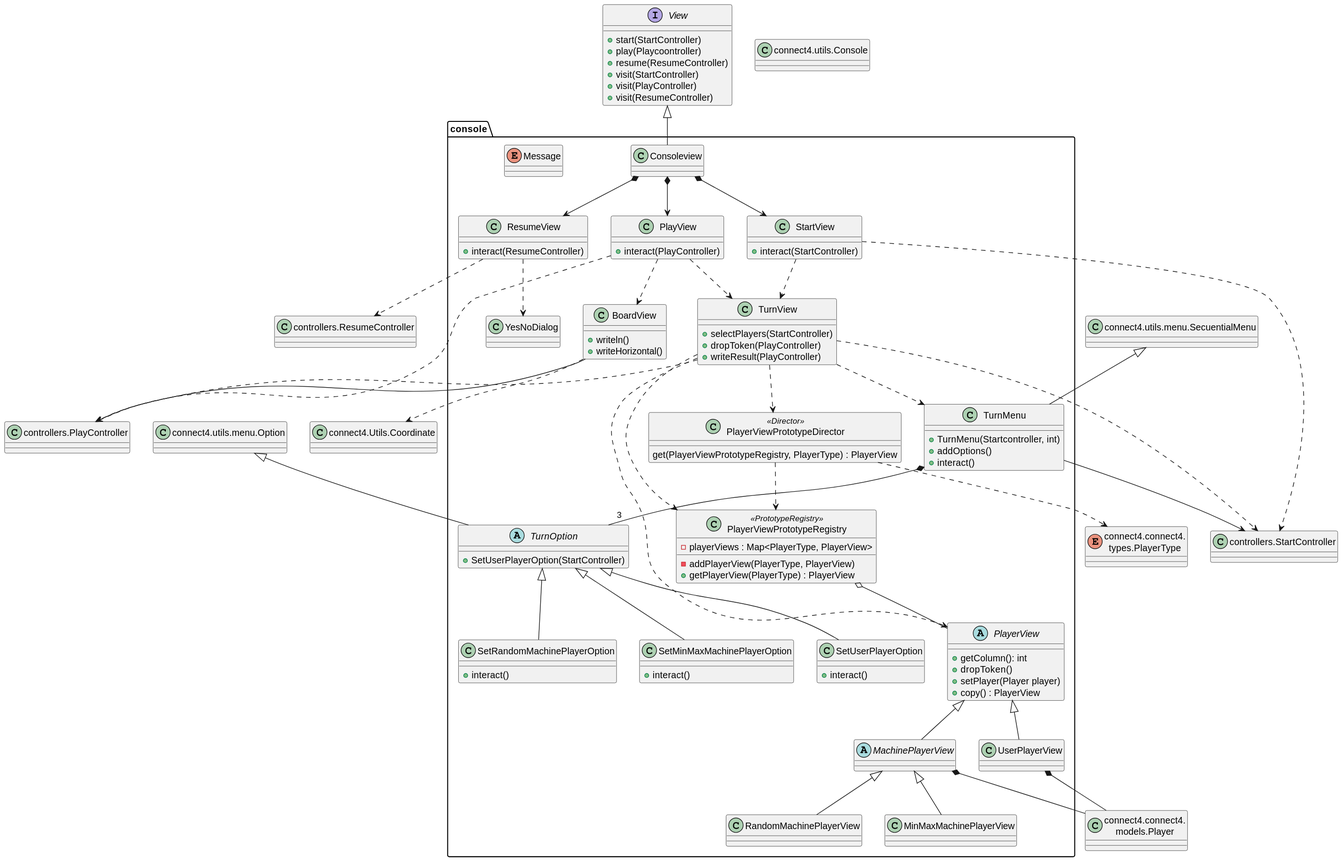
This is out/connect4/Docs/diagrams/src/packages/connect4.connect4.views.console/connect4.connect4.console.console.svg from js-rom/connect4, a PlantUML export, as it was before one commit.
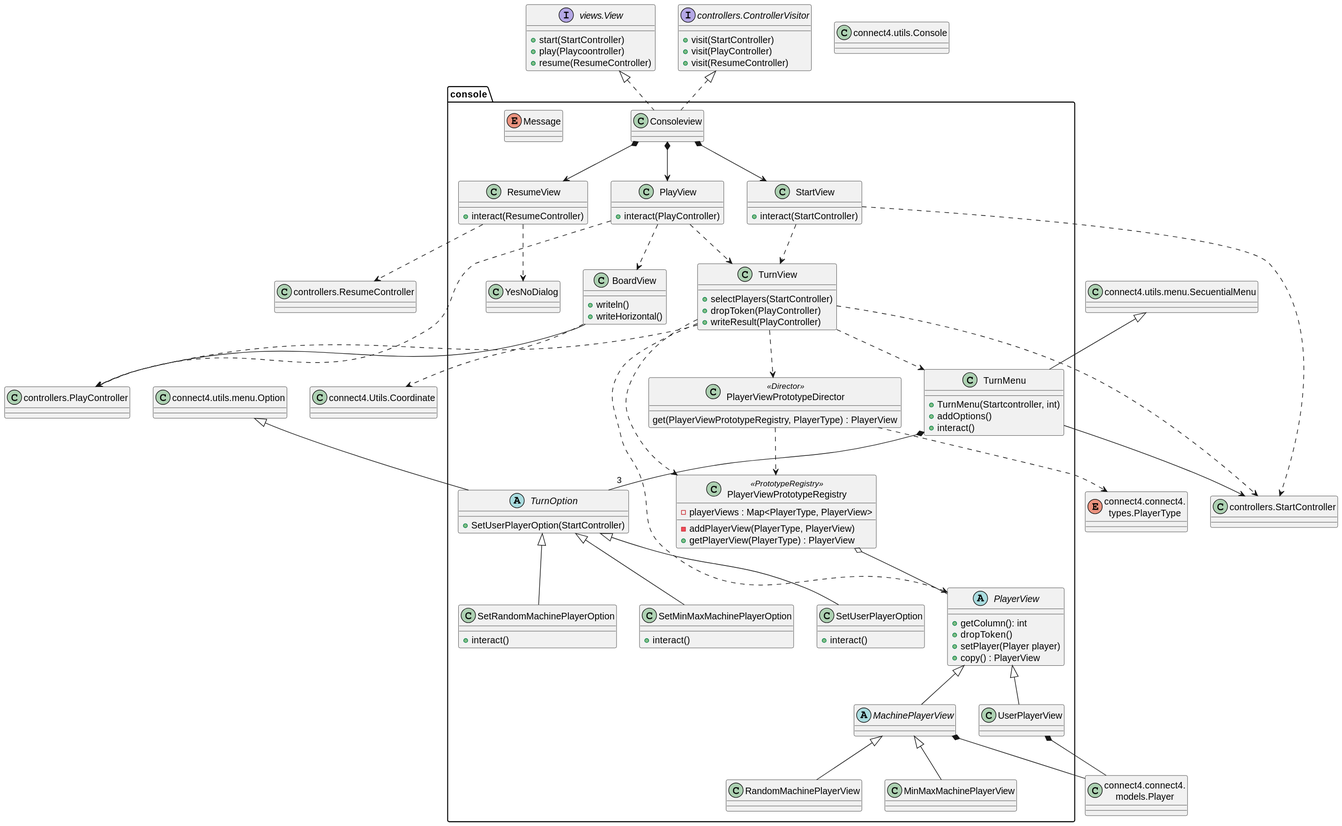
The same diagram one commit later.

Diff of the diagram source:
```diff
@@ -74,16 +74,20 @@
 class PlayController as "controllers.PlayController"
 class ResumeController as "controllers.ResumeController"
 
-interface View{
+interface View as "views.View"{
     +start(StartController)
     +play(Playcoontroller)
     +resume(ResumeController)
+}
+
+interface ControllerVisitor as "controllers.ControllerVisitor" {
     +visit(StartController)
     +visit(PlayController)
     +visit(ResumeController)
 }
 
-View <|-- Consoleview
+View <|.. Consoleview
+ControllerVisitor <|.. Consoleview
 Consoleview *--> StartView
 Consoleview *--> PlayView
 Consoleview *--> ResumeView
```
